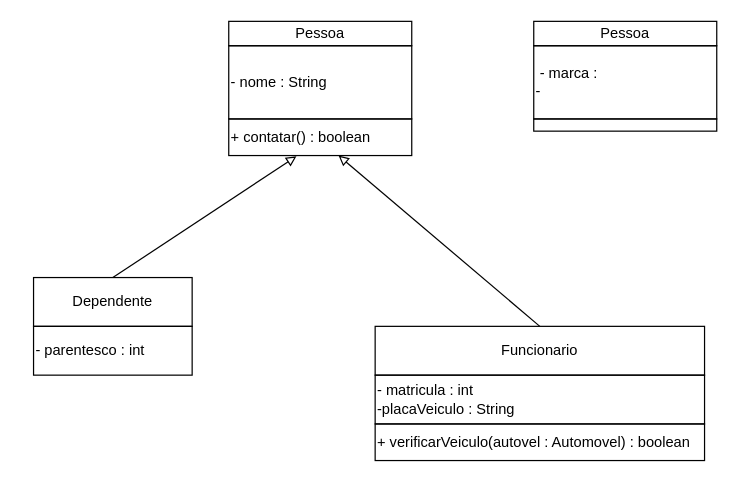
Above: Diagrama-de-classes/diagrama-de-classes-carro-funcionario-pessoa-dependente.drawio in Rnchx/2tds2-projects (draw.io), before the change. Source tidied: cells renumbered, new cells numbered last; positions are measured from the earlier drawing's top-left corner, leaving out a move shared by most shapes. Both pictures are drawn from the tidied source at 122%, with x=0, y=0 at pixel (33, 21).
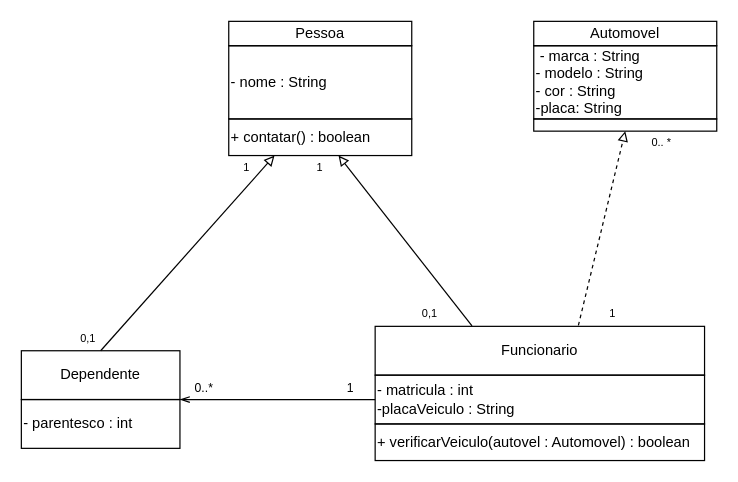
After the change.

Commit message (it also covers changes not shown here):
feat: finalization diagrama de classe exeracicios

The change refers to these unchanged cells:
```xml
<mxCell id="4" value="+ contatar() : boolean" style="rounded=0;whiteSpace=wrap;html=1;fillColor=none;align=left;" parent="1" vertex="1">
  <mxGeometry x="160" y="80" width="150" height="30" as="geometry" />
</mxCell>
<mxCell id="9" value="Funcionario" style="rounded=0;whiteSpace=wrap;html=1;fillColor=none;" parent="1" vertex="1">
  <mxGeometry x="280" y="250" width="270" height="40" as="geometry" />
</mxCell>
<mxCell id="10" value="- matricula : int&lt;br&gt;-placaVeiculo : String" style="rounded=0;whiteSpace=wrap;html=1;fillColor=none;align=left;" parent="1" vertex="1">
  <mxGeometry x="280" y="290" width="270" height="40" as="geometry" />
</mxCell>
<mxCell id="14" style="rounded=0;whiteSpace=wrap;html=1;fillColor=none;align=left;" parent="1" vertex="1">
  <mxGeometry x="410" y="80" width="150" height="10" as="geometry" />
</mxCell>
```

What changed in the source:
```diff
@@
-    <mxCell id="5" style="edgeStyle=none;html=1;exitX=0.5;exitY=0;exitDx=0;exitDy=0;entryX=0.37;entryY=1.02;entryDx=0;entryDy=0;entryPerimeter=0;endArrow=block;endFill=0;" parent="1" edge="1" source="6" target="4">
+    <mxCell id="5" style="edgeStyle=none;html=1;exitX=0.5;exitY=0;exitDx=0;exitDy=0;entryX=0.25;entryY=1;entryDx=0;entryDy=0;endArrow=block;endFill=0;" parent="1" edge="1" source="6" target="4">
       <mxGeometry relative="1" as="geometry" />
     </mxCell>
     <mxCell id="6" value="Dependente" style="rounded=0;whiteSpace=wrap;html=1;fillColor=none;" parent="1" vertex="1">
-      <mxGeometry y="210" width="130" height="40" as="geometry" />
+      <mxGeometry x="-10" y="270" width="130" height="40" as="geometry" />
     </mxCell>
     <mxCell id="7" value="- parentesco : int" style="rounded=0;whiteSpace=wrap;html=1;fillColor=none;align=left;" parent="1" vertex="1">
-      <mxGeometry y="250" width="130" height="40" as="geometry" />
+      <mxGeometry x="-10" y="310" width="130" height="40" as="geometry" />
     </mxCell>
-    <mxCell id="8" style="edgeStyle=none;html=1;exitX=0.5;exitY=0;exitDx=0;exitDy=0;entryX=0.6;entryY=1;entryDx=0;entryDy=0;entryPerimeter=0;endArrow=block;endFill=0;" parent="1" edge="1" source="9" target="4">
+    <mxCell id="8" style="edgeStyle=none;html=1;entryX=0.6;entryY=1;entryDx=0;entryDy=0;entryPerimeter=0;endArrow=block;endFill=0;exitX=0.294;exitY=-0.009;exitDx=0;exitDy=0;exitPerimeter=0;" parent="1" edge="1" source="9" target="4">
       <mxGeometry relative="1" as="geometry" />
     </mxCell>
+    <mxCell id="15" style="edgeStyle=none;html=1;exitX=0.617;exitY=-0.02;exitDx=0;exitDy=0;entryX=0.5;entryY=1;entryDx=0;entryDy=0;dashed=1;endArrow=block;endFill=0;exitPerimeter=0;" parent="1" edge="1" source="9" target="14">
+      <mxGeometry relative="1" as="geometry" />
+    </mxCell>
@@
+    <mxCell id="16" style="edgeStyle=none;html=1;exitX=0;exitY=0.5;exitDx=0;exitDy=0;entryX=1;entryY=0;entryDx=0;entryDy=0;endArrow=openThin;endFill=0;" parent="1" edge="1" source="10" target="7">
+      <mxGeometry relative="1" as="geometry" />
+    </mxCell>
@@
-    <mxCell id="12" value="Pessoa" style="rounded=0;whiteSpace=wrap;html=1;fillColor=none;" parent="1" vertex="1">
+    <mxCell id="12" value="Automovel" style="rounded=0;whiteSpace=wrap;html=1;fillColor=none;" parent="1" vertex="1">
       <mxGeometry x="410" width="150" height="20" as="geometry" />
     </mxCell>
-    <mxCell id="13" value="&amp;nbsp;- marca :&lt;br&gt;-" style="rounded=0;whiteSpace=wrap;html=1;fillColor=none;align=left;" parent="1" vertex="1">
+    <mxCell id="13" value="&amp;nbsp;- marca : String&lt;br&gt;- modelo : String&lt;br&gt;- cor : String&lt;br&gt;-placa: String" style="rounded=0;whiteSpace=wrap;html=1;fillColor=none;align=left;" parent="1" vertex="1">
       <mxGeometry x="410" y="20" width="150" height="60" as="geometry" />
     </mxCell>
@@
+    <mxCell id="17" value="&lt;font size=&quot;1&quot;&gt;0..*&lt;/font&gt;" style="text;html=1;strokeColor=none;fillColor=none;align=center;verticalAlign=middle;whiteSpace=wrap;rounded=0;" parent="1" vertex="1">
+      <mxGeometry x="120" y="290" width="40" height="20" as="geometry" />
+    </mxCell>
+    <mxCell id="18" value="&lt;font size=&quot;1&quot;&gt;1&lt;/font&gt;" style="text;html=1;strokeColor=none;fillColor=none;align=center;verticalAlign=middle;whiteSpace=wrap;rounded=0;" parent="1" vertex="1">
+      <mxGeometry x="240" y="290" width="40" height="20" as="geometry" />
+    </mxCell>
+    <mxCell id="19" value="1" style="text;html=1;strokeColor=none;fillColor=none;align=center;verticalAlign=middle;whiteSpace=wrap;rounded=0;fontSize=9;" parent="1" vertex="1">
+      <mxGeometry x="460" y="230" width="30" height="20" as="geometry" />
+    </mxCell>
+    <mxCell id="20" value="0.. *" style="text;html=1;strokeColor=none;fillColor=none;align=center;verticalAlign=middle;whiteSpace=wrap;rounded=0;fontSize=9;" parent="1" vertex="1">
+      <mxGeometry x="500" y="90" width="30" height="20" as="geometry" />
+    </mxCell>
+    <mxCell id="21" value="0,1" style="text;html=1;strokeColor=none;fillColor=none;align=center;verticalAlign=middle;whiteSpace=wrap;rounded=0;fontSize=9;" parent="1" vertex="1">
+      <mxGeometry x="310" y="230" width="30" height="20" as="geometry" />
+    </mxCell>
+    <mxCell id="22" value="1" style="text;html=1;strokeColor=none;fillColor=none;align=center;verticalAlign=middle;whiteSpace=wrap;rounded=0;fontSize=9;" parent="1" vertex="1">
+      <mxGeometry x="220" y="110" width="30" height="20" as="geometry" />
+    </mxCell>
+    <mxCell id="23" value="1" style="text;html=1;strokeColor=none;fillColor=none;align=center;verticalAlign=middle;whiteSpace=wrap;rounded=0;fontSize=9;" parent="1" vertex="1">
+      <mxGeometry x="160" y="110" width="30" height="20" as="geometry" />
+    </mxCell>
+    <mxCell id="24" value="0,1" style="text;html=1;strokeColor=none;fillColor=none;align=center;verticalAlign=middle;whiteSpace=wrap;rounded=0;fontSize=9;" parent="1" vertex="1">
+      <mxGeometry x="30" y="250" width="30" height="20" as="geometry" />
+    </mxCell>
```
